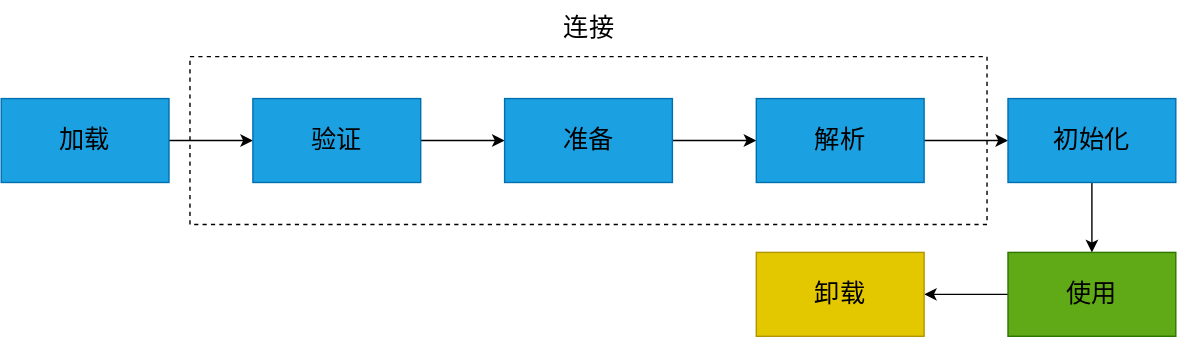
Before: assets/drawio/jvm类加载过程.svg, a diagram exported from draw.io (zhanjixun/zhanjixun.github.io). Source tidied: cells renumbered, new cells last; positions are measured from the earlier drawing's top-left corner, leaving out a move shared by most shapes.
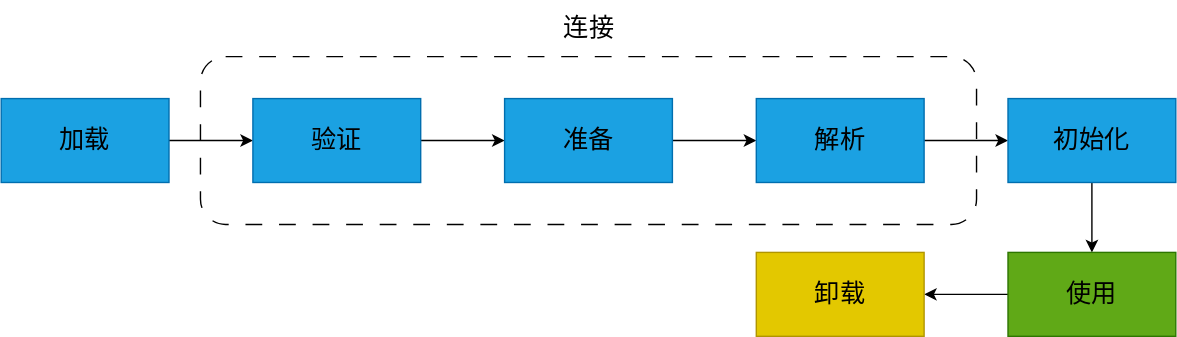
After the change.

What changed in the source:
```diff
@@ -2,8 +2,8 @@
   <root>
     <mxCell id="0" />
     <mxCell id="1" parent="0" />
-    <mxCell id="2" style="rounded=0;whiteSpace=wrap;html=1;fillColor=none;dashed=1;fontSize=18;fontColor=#000000;" parent="1" vertex="1">
-      <mxGeometry x="135" y="40" width="570" height="120" as="geometry" />
+    <mxCell id="2" style="rounded=1;whiteSpace=wrap;html=1;fillColor=none;dashed=1;fontSize=18;fontColor=#000000;glass=0;shadow=0;dashPattern=12 12;" parent="1" vertex="1">
+      <mxGeometry x="142.5" y="40" width="555" height="120" as="geometry" />
     </mxCell>
     <mxCell id="3" style="edgeStyle=orthogonalEdgeStyle;rounded=0;jettySize=auto;html=1;exitX=1;exitY=0.5;exitDx=0;exitDy=0;entryX=0;entryY=0.5;entryDx=0;entryDy=0;fontSize=18;fontColor=#000000;" parent="1" edge="1" source="4" target="6">
       <mxGeometry relative="1" as="geometry" />
```
